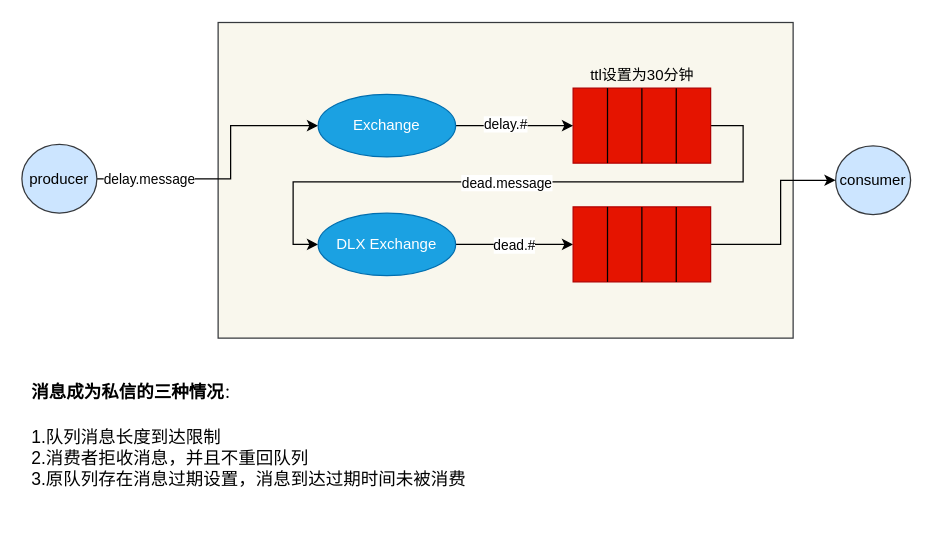
Earlier version of the draw.io diagram drawio/RabbitMQ/RabbitMQ延迟队列.drawio (hezhuma/image-repo). Source tidied: cells renumbered, new cells numbered last; positions are measured from the earlier drawing's top-left corner, leaving out a move shared by most shapes. Both pictures are drawn from the tidied source at 125%, with x=0, y=0 at pixel (21, 22).
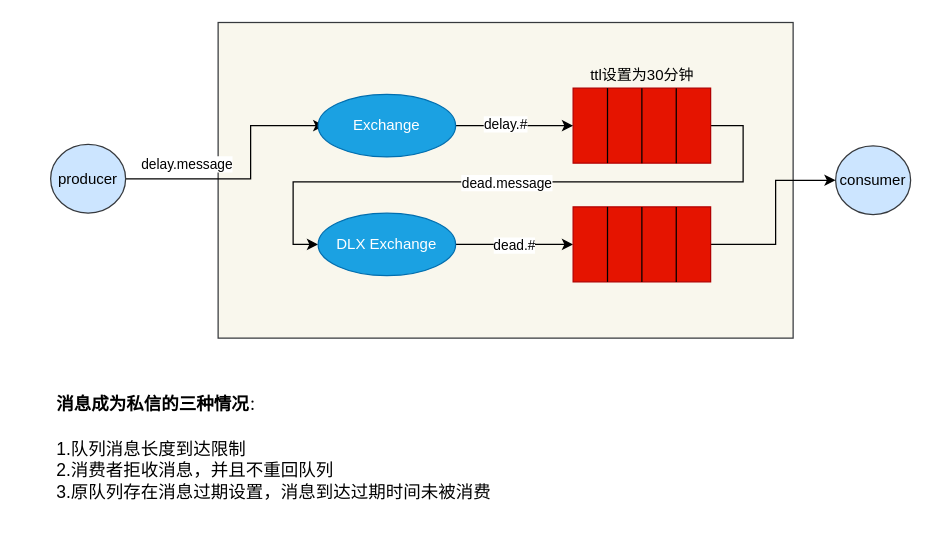
Above is the later version.

The change refers to these unchanged cells:
```xml
<mxCell id="13" value="Exchange" style="ellipse;whiteSpace=wrap;html=1;fillColor=#1ba1e2;strokeColor=#006EAF;fontColor=#ffffff;" parent="1" vertex="1">
  <mxGeometry x="237" y="57" width="110" height="50" as="geometry" />
</mxCell>
<mxCell id="17" value="consumer" style="ellipse;whiteSpace=wrap;html=1;fillColor=#cce5ff;strokeColor=#36393d;" parent="1" vertex="1">
  <mxGeometry x="651" y="98.2" width="60" height="55" as="geometry" />
</mxCell>
<mxCell id="19" style="rounded=0;whiteSpace=wrap;html=1;fillColor=#e51400;strokeColor=#B20000;fontColor=#ffffff;" parent="1" vertex="1">
  <mxGeometry x="441" y="147" width="110" height="60" as="geometry" />
</mxCell>
```

Diff of the diagram source:
```diff
@@
-    <mxCell id="3" value="delay.message" style="edgeStyle=orthogonalEdgeStyle;rounded=0;jettySize=auto;html=1;entryX=0;entryY=0.5;entryDx=0;entryDy=0;" parent="1" edge="1" source="4" target="13">
-      <mxGeometry x="-0.62" relative="1" as="geometry">
+    <mxCell id="3" value="delay.message" style="edgeStyle=orthogonalEdgeStyle;rounded=0;orthogonalLoop=1;jettySize=auto;html=1;entryX=0;entryY=0.5;entryDx=0;entryDy=0;exitX=1;exitY=0.5;exitDx=0;exitDy=0;" parent="1" edge="1">
+      <mxGeometry x="-0.46" y="13" relative="1" as="geometry">
+        <mxPoint x="76" y="124.5" as="sourcePoint" />
+        <mxPoint x="242" y="82" as="targetPoint" />
         <Array as="points">
-          <mxPoint x="167" y="125" />
-          <mxPoint x="167" y="82" />
+          <mxPoint x="183" y="125" />
+          <mxPoint x="183" y="82" />
         </Array>
+        <mxPoint y="1" as="offset" />
       </mxGeometry>
     </mxCell>
     <mxCell id="4" value="producer" style="ellipse;whiteSpace=wrap;html=1;fillColor=#cce5ff;strokeColor=#36393d;" parent="1" vertex="1">
-      <mxGeometry y="97" width="60" height="55" as="geometry" />
+      <mxGeometry x="23" y="97" width="60" height="55" as="geometry" />
     </mxCell>
@@
     <mxCell id="18" style="edgeStyle=orthogonalEdgeStyle;rounded=0;jettySize=auto;html=1;entryX=0;entryY=0.5;entryDx=0;entryDy=0;" parent="1" edge="1" source="19" target="17">
       <mxGeometry relative="1" as="geometry">
         <Array as="points">
-          <mxPoint x="607" y="177" />
-          <mxPoint x="607" y="126" />
+          <mxPoint x="603" y="177" />
+          <mxPoint x="603" y="126" />
         </Array>
       </mxGeometry>
     </mxCell>
@@
     <mxCell id="24" value="&lt;h1&gt;&lt;font style=&quot;font-size: 14px&quot;&gt;消息成为私信的三种情况&lt;/font&gt;&lt;span style=&quot;font-size: 12px ; font-weight: 400&quot;&gt;：&lt;/span&gt;&lt;/h1&gt;&lt;div style=&quot;font-size: 14px&quot;&gt;&lt;font style=&quot;font-size: 14px&quot;&gt;1.队列消息长度到达限制&lt;/font&gt;&lt;/div&gt;&lt;div style=&quot;font-size: 14px&quot;&gt;&lt;font style=&quot;font-size: 14px&quot;&gt;2.消费者拒收消息，并且不重回队列&lt;/font&gt;&lt;/div&gt;&lt;div style=&quot;font-size: 14px&quot;&gt;&lt;font style=&quot;font-size: 14px&quot;&gt;3.原队列存在消息过期设置，消息到达过期时间未被消费&lt;/font&gt;&lt;/div&gt;" style="text;html=1;strokeColor=none;fillColor=none;spacing=5;spacingTop=-20;whiteSpace=wrap;overflow=hidden;rounded=0;" parent="1" vertex="1">
-      <mxGeometry x="3" y="272" width="380" height="120" as="geometry" />
+      <mxGeometry x="23" y="282" width="380" height="120" as="geometry" />
     </mxCell>
```
